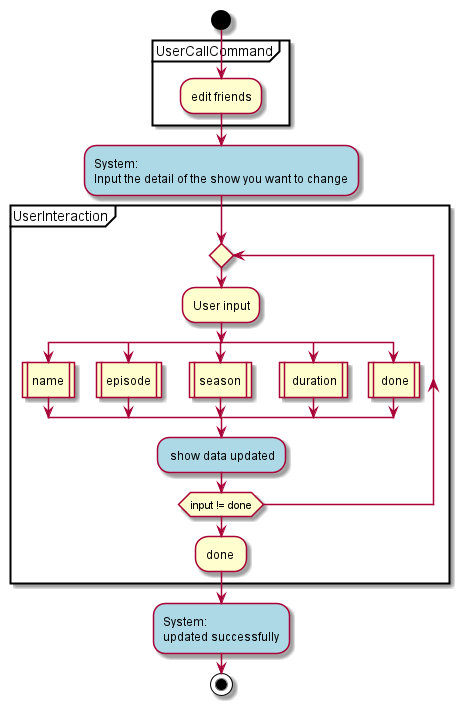
Above: docs/images/programFlowUG.png in nus-cs2113-AY2021S1/tp (PlantUML), before the change. The source it was exported from:
```plantuml
@startuml

start

partition UserCallCommand {
      :edit friends;
  }

#lightblue:System:
Input the detail of the show you want to change;

partition UserInteraction {


   repeat
   :User input;
   split
    :name|
   split again
    :episode|
   split again
    :season|
   split again
    : duration|

    split again
    : done|
   end split
   #lightblue: show data updated;
   repeat while (input != done)
   :done ;
  }

#lightblue:System:
updated successfully;
stop
@enduml
```
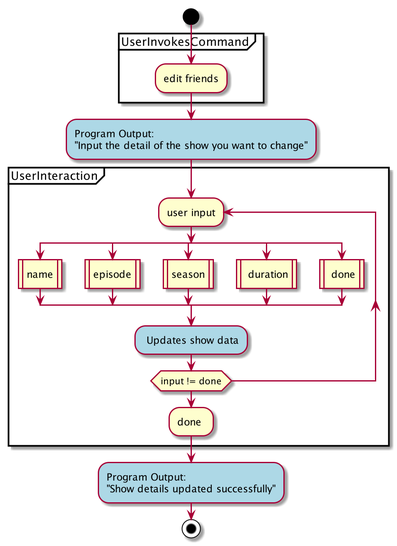
Above is the later version.

What changed in the source:
```diff
@@ -2,18 +2,16 @@
 
 start
 
-partition UserCallCommand {
+partition UserInvokesCommand {
       :edit friends;
   }
 
-#lightblue:System:
-Input the detail of the show you want to change;
+#lightblue:Program Output:
+"Input the detail of the show you want to change";
 
 partition UserInteraction {
 
-
-   repeat
-   :User input;
+   repeat :user input;
    split
     :name|
    split again
@@ -22,16 +20,15 @@
     :season|
    split again
     : duration|
-
     split again
     : done|
    end split
-   #lightblue: show data updated;
+   #lightblue: Updates show data;
    repeat while (input != done)
    :done ;
   }
 
-#lightblue:System:
-updated successfully;
+#lightblue:Program Output:
+"Show details updated successfully";
 stop
 @enduml
```
